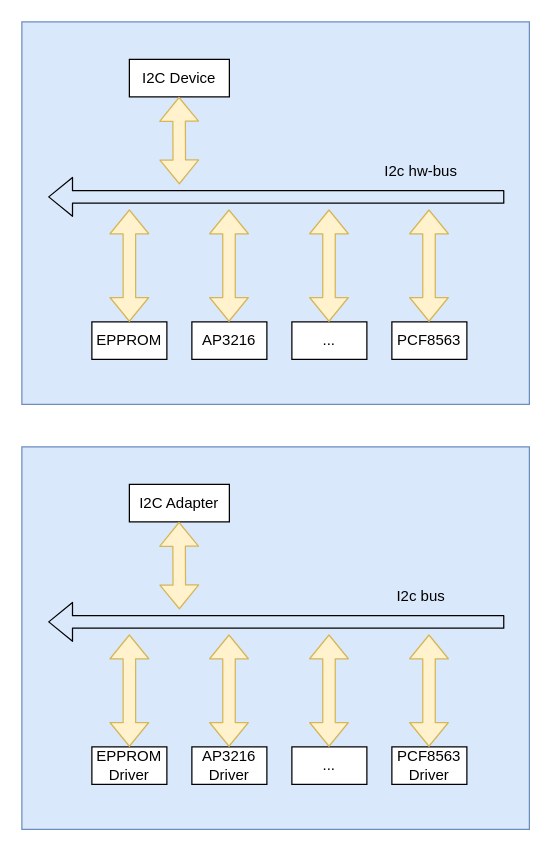
This is page "i2c_bus" (2 of 2) of src/file/tree.drawio from zc110747/build_embed_linux_system, a draw.io file, before an edit. Source tidied: cells renumbered, new cells numbered last; positions are measured from the earlier drawing's top-left corner, leaving out a move shared by most shapes. Both pictures are drawn from the tidied source at 125%, with x=0, y=0 at pixel (21, 21).
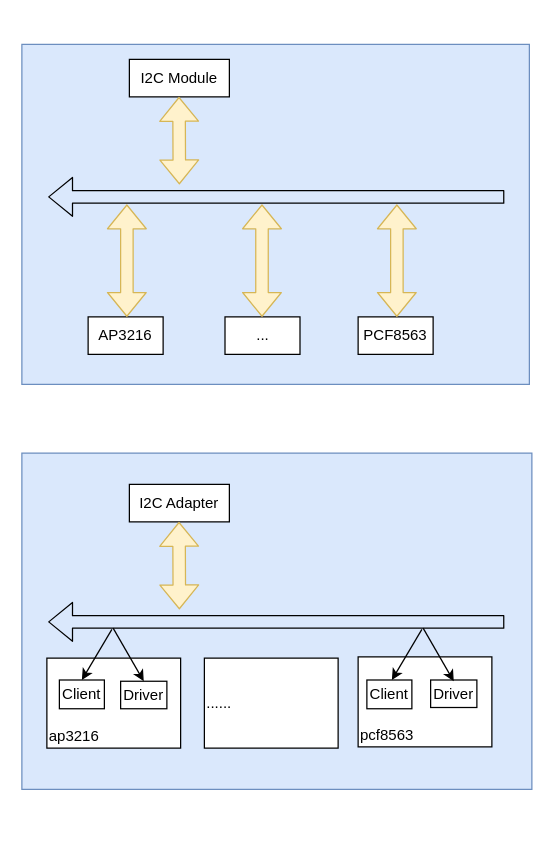
Above is the later version.

The edit, as a diff of the source:
```diff
@@
+    <mxCell id="15" style="rounded=0;whiteSpace=wrap;html=1;fillColor=#dae8fc;strokeColor=#6c8ebf;" parent="1" vertex="1">
+      <mxGeometry y="345" width="408" height="269" as="geometry" />
+    </mxCell>
+    <mxCell id="28" value="&lt;br&gt;&lt;br&gt;&lt;span style=&quot;background-color: initial;&quot;&gt;&lt;br&gt;&lt;div style=&quot;&quot;&gt;&lt;span style=&quot;background-color: initial;&quot;&gt;ap3216&lt;/span&gt;&lt;/div&gt;&lt;/span&gt;" style="rounded=0;whiteSpace=wrap;html=1;align=left;verticalAlign=bottom;" parent="1" vertex="1">
+      <mxGeometry x="20" y="509" width="107" height="72" as="geometry" />
+    </mxCell>
     <mxCell id="2" style="rounded=0;whiteSpace=wrap;html=1;fillColor=#dae8fc;strokeColor=#6c8ebf;" parent="1" vertex="1">
-      <mxGeometry width="406" height="306" as="geometry" />
+      <mxGeometry y="18" width="406" height="272" as="geometry" />
     </mxCell>
-    <mxCell id="3" value="I2C Device" style="rounded=0;whiteSpace=wrap;html=1;" parent="1" vertex="1">
+    <mxCell id="3" value="I2C Module" style="rounded=0;whiteSpace=wrap;html=1;" parent="1" vertex="1">
       <mxGeometry x="86" y="30" width="80" height="30" as="geometry" />
     </mxCell>
-    <mxCell id="4" value="EPPROM" style="rounded=0;whiteSpace=wrap;html=1;" parent="1" vertex="1">
-      <mxGeometry x="56" y="240" width="60" height="30" as="geometry" />
-    </mxCell>
     <mxCell id="5" value="AP3216" style="rounded=0;whiteSpace=wrap;html=1;" parent="1" vertex="1">
-      <mxGeometry x="136" y="240" width="60" height="30" as="geometry" />
+      <mxGeometry x="53" y="236" width="60" height="30" as="geometry" />
     </mxCell>
     <mxCell id="6" value="..." style="rounded=0;whiteSpace=wrap;html=1;" parent="1" vertex="1">
-      <mxGeometry x="216" y="240" width="60" height="30" as="geometry" />
+      <mxGeometry x="162.5" y="236" width="60" height="30" as="geometry" />
     </mxCell>
     <mxCell id="7" value="PCF8563" style="rounded=0;whiteSpace=wrap;html=1;" parent="1" vertex="1">
-      <mxGeometry x="296" y="240" width="60" height="30" as="geometry" />
+      <mxGeometry x="269" y="236" width="60" height="30" as="geometry" />
     </mxCell>
@@
-    <mxCell id="9" style="shape=flexArrow;endArrow=classic;startArrow=classic;html=1;exitX=0.5;exitY=0;exitDx=0;exitDy=0;fillColor=#fff2cc;strokeColor=#d6b656;" parent="1" edge="1" source="4">
-      <mxGeometry relative="1" as="geometry">
-        <mxPoint x="86" y="150" as="targetPoint" />
-      </mxGeometry>
-    </mxCell>
@@
     <mxCell id="11" style="shape=flexArrow;endArrow=classic;startArrow=classic;html=1;exitX=0.5;exitY=0;exitDx=0;exitDy=0;fillColor=#fff2cc;strokeColor=#d6b656;" parent="1" edge="1">
       <mxGeometry relative="1" as="geometry">
-        <mxPoint x="165.7" y="240" as="sourcePoint" />
-        <mxPoint x="165.7" y="150" as="targetPoint" />
+        <mxPoint x="84" y="236" as="sourcePoint" />
+        <mxPoint x="84" y="146" as="targetPoint" />
       </mxGeometry>
     </mxCell>
     <mxCell id="12" style="shape=flexArrow;endArrow=classic;startArrow=classic;html=1;exitX=0.5;exitY=0;exitDx=0;exitDy=0;fillColor=#fff2cc;strokeColor=#d6b656;" parent="1" edge="1">
       <mxGeometry relative="1" as="geometry">
-        <mxPoint x="325.7" y="240" as="sourcePoint" />
-        <mxPoint x="325.7" y="150" as="targetPoint" />
+        <mxPoint x="300" y="236" as="sourcePoint" />
+        <mxPoint x="300" y="146" as="targetPoint" />
       </mxGeometry>
     </mxCell>
     <mxCell id="13" style="shape=flexArrow;endArrow=classic;startArrow=classic;html=1;exitX=0.5;exitY=0;exitDx=0;exitDy=0;fillColor=#fff2cc;strokeColor=#d6b656;" parent="1" edge="1">
       <mxGeometry relative="1" as="geometry">
-        <mxPoint x="245.7" y="240" as="sourcePoint" />
-        <mxPoint x="245.7" y="150" as="targetPoint" />
+        <mxPoint x="192.1" y="236" as="sourcePoint" />
+        <mxPoint x="192.1" y="146" as="targetPoint" />
       </mxGeometry>
     </mxCell>
-    <mxCell id="14" value="I2c hw-bus" style="text;html=1;strokeColor=none;fillColor=none;align=center;verticalAlign=middle;whiteSpace=wrap;rounded=0;" parent="1" vertex="1">
-      <mxGeometry x="271" y="105" width="97" height="30" as="geometry" />
-    </mxCell>
-    <mxCell id="15" style="rounded=0;whiteSpace=wrap;html=1;fillColor=#dae8fc;strokeColor=#6c8ebf;" parent="1" vertex="1">
-      <mxGeometry y="340" width="406" height="306" as="geometry" />
-    </mxCell>
@@
-    <mxCell id="17" value="EPPROM&lt;br&gt;Driver" style="rounded=0;whiteSpace=wrap;html=1;" parent="1" vertex="1">
-      <mxGeometry x="56" y="580" width="60" height="30" as="geometry" />
+    <mxCell id="17" value="Client" style="rounded=0;whiteSpace=wrap;html=1;" parent="1" vertex="1">
+      <mxGeometry x="30" y="526.5" width="36" height="23" as="geometry" />
     </mxCell>
-    <mxCell id="18" value="AP3216&lt;br&gt;Driver" style="rounded=0;whiteSpace=wrap;html=1;" parent="1" vertex="1">
-      <mxGeometry x="136" y="580" width="60" height="30" as="geometry" />
-    </mxCell>
-    <mxCell id="19" value="..." style="rounded=0;whiteSpace=wrap;html=1;" parent="1" vertex="1">
-      <mxGeometry x="216" y="580" width="60" height="30" as="geometry" />
-    </mxCell>
-    <mxCell id="20" value="PCF8563&lt;br&gt;Driver" style="rounded=0;whiteSpace=wrap;html=1;" parent="1" vertex="1">
-      <mxGeometry x="296" y="580" width="60" height="30" as="geometry" />
-    </mxCell>
@@
-    <mxCell id="22" style="shape=flexArrow;endArrow=classic;startArrow=classic;html=1;exitX=0.5;exitY=0;exitDx=0;exitDy=0;fillColor=#fff2cc;strokeColor=#d6b656;" parent="1" edge="1" source="17">
-      <mxGeometry relative="1" as="geometry">
-        <mxPoint x="86" y="490" as="targetPoint" />
-      </mxGeometry>
-    </mxCell>
@@
-    <mxCell id="24" style="shape=flexArrow;endArrow=classic;startArrow=classic;html=1;exitX=0.5;exitY=0;exitDx=0;exitDy=0;fillColor=#fff2cc;strokeColor=#d6b656;" parent="1" edge="1">
-      <mxGeometry relative="1" as="geometry">
-        <mxPoint x="165.7" y="580" as="sourcePoint" />
-        <mxPoint x="165.7" y="490" as="targetPoint" />
-      </mxGeometry>
-    </mxCell>
-    <mxCell id="25" style="shape=flexArrow;endArrow=classic;startArrow=classic;html=1;exitX=0.5;exitY=0;exitDx=0;exitDy=0;fillColor=#fff2cc;strokeColor=#d6b656;" parent="1" edge="1">
-      <mxGeometry relative="1" as="geometry">
-        <mxPoint x="325.7" y="580" as="sourcePoint" />
-        <mxPoint x="325.7" y="490" as="targetPoint" />
-      </mxGeometry>
-    </mxCell>
-    <mxCell id="26" style="shape=flexArrow;endArrow=classic;startArrow=classic;html=1;exitX=0.5;exitY=0;exitDx=0;exitDy=0;fillColor=#fff2cc;strokeColor=#d6b656;" parent="1" edge="1">
-      <mxGeometry relative="1" as="geometry">
-        <mxPoint x="245.7" y="580" as="sourcePoint" />
-        <mxPoint x="245.7" y="490" as="targetPoint" />
-      </mxGeometry>
-    </mxCell>
-    <mxCell id="27" value="I2c bus" style="text;html=1;strokeColor=none;fillColor=none;align=center;verticalAlign=middle;whiteSpace=wrap;rounded=0;" parent="1" vertex="1">
-      <mxGeometry x="271" y="445" width="97" height="30" as="geometry" />
-    </mxCell>
+    <mxCell id="29" value="Driver" style="rounded=0;whiteSpace=wrap;html=1;" parent="1" vertex="1">
+      <mxGeometry x="79" y="527.5" width="37" height="22" as="geometry" />
+    </mxCell>
+    <mxCell id="30" style="endArrow=none;html=1;exitX=0.5;exitY=0;exitDx=0;exitDy=0;startArrow=classic;startFill=1;endFill=0;" parent="1" edge="1" source="17">
+      <mxGeometry relative="1" as="geometry">
+        <mxPoint x="72" y="486" as="targetPoint" />
+      </mxGeometry>
+    </mxCell>
+    <mxCell id="31" style="endArrow=none;html=1;startArrow=classic;startFill=1;endFill=0;exitX=0.5;exitY=0;exitDx=0;exitDy=0;" parent="1" edge="1" source="29">
+      <mxGeometry relative="1" as="geometry">
+        <mxPoint x="73" y="485" as="targetPoint" />
+      </mxGeometry>
+    </mxCell>
+    <mxCell id="32" value="......" style="rounded=0;whiteSpace=wrap;html=1;align=left;" parent="1" vertex="1">
+      <mxGeometry x="146" y="509" width="107" height="72" as="geometry" />
+    </mxCell>
+    <mxCell id="33" value="&lt;br&gt;&lt;br&gt;&lt;br&gt;pcf8563" style="rounded=0;whiteSpace=wrap;html=1;align=left;verticalAlign=bottom;" parent="1" vertex="1">
+      <mxGeometry x="269" y="508" width="107" height="72" as="geometry" />
+    </mxCell>
+    <mxCell id="34" value="Client" style="rounded=0;whiteSpace=wrap;html=1;" parent="1" vertex="1">
+      <mxGeometry x="276" y="526.5" width="36" height="23" as="geometry" />
+    </mxCell>
+    <mxCell id="35" value="Driver" style="rounded=0;whiteSpace=wrap;html=1;" parent="1" vertex="1">
+      <mxGeometry x="327" y="526.5" width="37" height="22" as="geometry" />
+    </mxCell>
+    <mxCell id="36" style="endArrow=none;html=1;exitX=0.5;exitY=0;exitDx=0;exitDy=0;startArrow=classic;startFill=1;endFill=0;" parent="1" edge="1">
+      <mxGeometry relative="1" as="geometry">
+        <mxPoint x="296" y="526.5" as="sourcePoint" />
+        <mxPoint x="320" y="486" as="targetPoint" />
+      </mxGeometry>
+    </mxCell>
+    <mxCell id="37" style="endArrow=none;html=1;startArrow=classic;startFill=1;endFill=0;exitX=0.5;exitY=0;exitDx=0;exitDy=0;" parent="1" edge="1">
+      <mxGeometry relative="1" as="geometry">
+        <mxPoint x="345.5" y="527.5" as="sourcePoint" />
+        <mxPoint x="321" y="485" as="targetPoint" />
+      </mxGeometry>
+    </mxCell>
```
